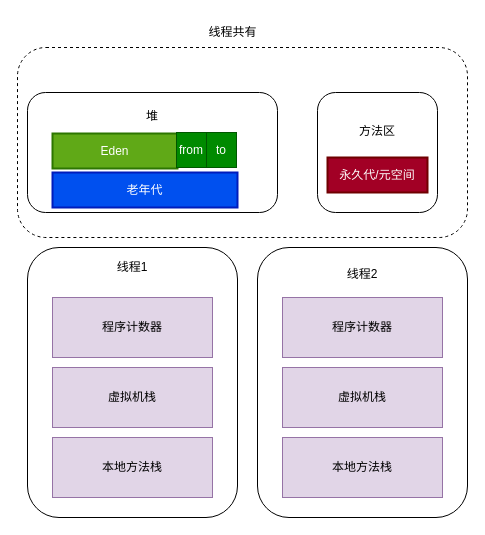
xbest1006/fuckingTheJob keeps this draw.io diagram as JVM内存.drawio. Above is the earlier version. Source tidied: cells renumbered, new cells numbered last; positions are measured from the earlier drawing's top-left corner, leaving out a move shared by most shapes. Both pictures are drawn from the tidied source at 100%, with x=0, y=0 at pixel (17, 17).
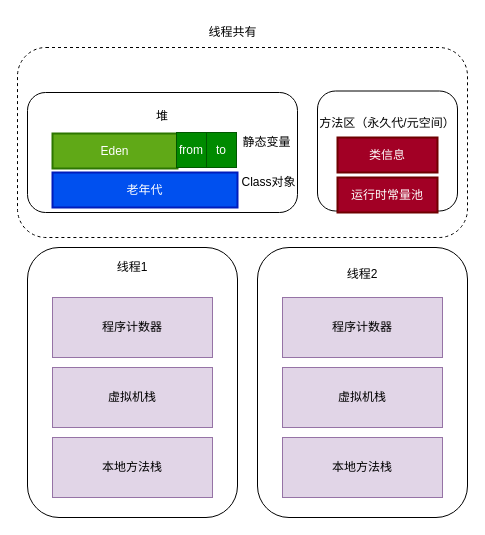
After the change.

What changed in the source:
```diff
@@
     <mxCell id="4" value="堆&lt;br&gt;&lt;br&gt;&lt;br&gt;&lt;br&gt;&lt;br&gt;&lt;br&gt;" style="rounded=1;whiteSpace=wrap;html=1;" parent="1" vertex="1">
-      <mxGeometry x="10" y="75" width="250" height="120" as="geometry" />
+      <mxGeometry x="10" y="75" width="270" height="120" as="geometry" />
     </mxCell>
-    <mxCell id="5" value="方法区&lt;br&gt;&lt;br&gt;&lt;br&gt;&lt;br&gt;" style="rounded=1;whiteSpace=wrap;html=1;" parent="1" vertex="1">
-      <mxGeometry x="300" y="75" width="120" height="120" as="geometry" />
+    <mxCell id="5" value="方法区（永久代/元空间）&lt;br&gt;&lt;br&gt;&lt;br&gt;&lt;br&gt;&lt;br&gt;" style="rounded=1;whiteSpace=wrap;html=1;" parent="1" vertex="1">
+      <mxGeometry x="300" y="73.5" width="140" height="120" as="geometry" />
     </mxCell>
@@
-    <mxCell id="13" value="永久代/元空间" style="rounded=0;whiteSpace=wrap;html=1;strokeWidth=2;fillColor=#a20025;fontColor=#ffffff;strokeColor=#6F0000;" parent="1" vertex="1">
-      <mxGeometry x="310" y="140" width="100" height="35" as="geometry" />
+    <mxCell id="13" value="类信息" style="rounded=0;whiteSpace=wrap;html=1;strokeWidth=2;fillColor=#a20025;fontColor=#ffffff;strokeColor=#6F0000;" parent="1" vertex="1">
+      <mxGeometry x="320" y="120" width="100" height="35" as="geometry" />
     </mxCell>
@@
+    <mxCell id="19" value="静态变量" style="text;html=1;align=center;verticalAlign=middle;strokeColor=none;fillColor=none;" parent="1" vertex="1">
+      <mxGeometry x="214" y="110" width="70" height="30" as="geometry" />
+    </mxCell>
+    <mxCell id="20" value="Class对象" style="text;html=1;align=center;verticalAlign=middle;strokeColor=none;fillColor=none;" parent="1" vertex="1">
+      <mxGeometry x="211" y="150" width="80" height="30" as="geometry" />
+    </mxCell>
+    <mxCell id="21" value="运行时常量池" style="rounded=0;whiteSpace=wrap;html=1;strokeWidth=2;fillColor=#a20025;fontColor=#ffffff;strokeColor=#6F0000;" parent="1" vertex="1">
+      <mxGeometry x="320" y="160" width="100" height="35" as="geometry" />
+    </mxCell>
```
